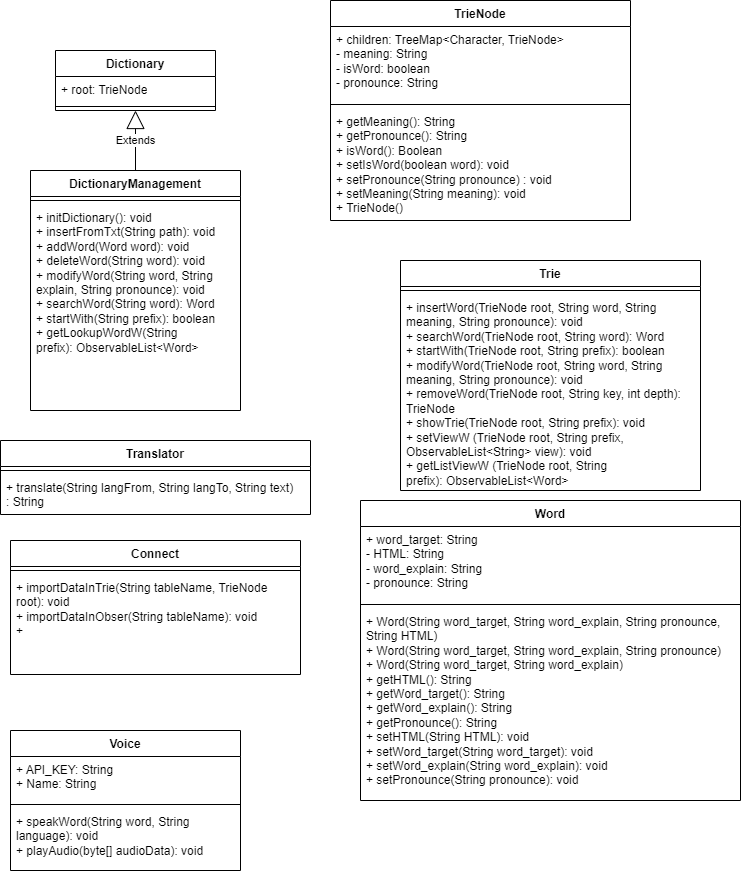
Earlier version of the draw.io export Dictionary.drawio.png (Thangvu21/Project-OOP). Source tidied: cells renumbered, new cells last; positions are measured from the earlier drawing's top-left corner, leaving out a move shared by most shapes.
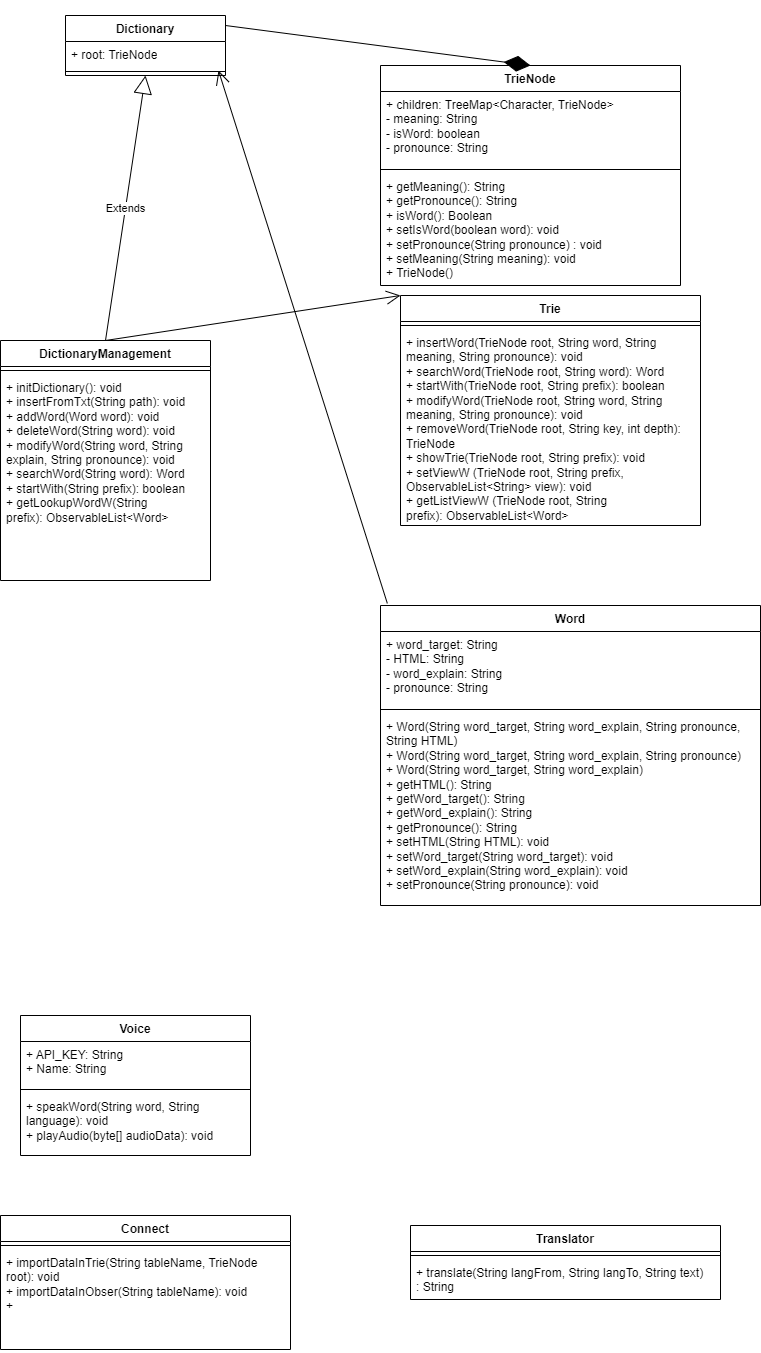
The same file after the commit.

What changed in the source:
```diff
@@ -3,7 +3,7 @@
     <mxCell id="0" />
     <mxCell id="1" parent="0" />
     <mxCell id="2" value="TrieNode" style="swimlane;fontStyle=1;align=center;verticalAlign=top;horizontal=1;startSize=26;whiteSpace=wrap;html=1;" parent="1" vertex="1">
-      <mxGeometry x="330" width="300" height="220" as="geometry" />
+      <mxGeometry x="360" y="60" width="300" height="220" as="geometry" />
     </mxCell>
     <mxCell id="3" value="+ children:&amp;nbsp;TreeMap&amp;lt;Character, TrieNode&amp;gt;&lt;br&gt;- meaning: String&lt;br&gt;- isWord: boolean&lt;br&gt;- pronounce: String" style="text;strokeColor=none;fillColor=none;align=left;verticalAlign=top;spacingLeft=4;spacingRight=4;overflow=hidden;whiteSpace=wrap;html=1;" parent="2" vertex="1">
       <mxGeometry y="26" width="300" height="74" as="geometry" />
@@ -15,7 +15,7 @@
       <mxGeometry y="108" width="300" height="112" as="geometry" />
     </mxCell>
     <mxCell id="6" value="Dictionary" style="swimlane;fontStyle=1;align=center;verticalAlign=top;horizontal=1;startSize=26;whiteSpace=wrap;html=1;" parent="1" vertex="1">
-      <mxGeometry x="55" y="50" width="160" height="60" as="geometry" />
+      <mxGeometry x="45" y="10" width="160" height="60" as="geometry" />
     </mxCell>
     <mxCell id="7" value="+ root: TrieNode" style="text;strokeColor=none;fillColor=none;align=left;verticalAlign=top;spacingLeft=4;spacingRight=4;overflow=hidden;whiteSpace=wrap;html=1;" parent="6" vertex="1">
       <mxGeometry y="26" width="160" height="26" as="geometry" />
@@ -24,7 +24,7 @@
       <mxGeometry y="52" width="160" height="8" as="geometry" />
     </mxCell>
     <mxCell id="9" value="DictionaryManagement" style="swimlane;fontStyle=1;align=center;verticalAlign=top;horizontal=1;startSize=26;whiteSpace=wrap;html=1;" parent="1" vertex="1">
-      <mxGeometry x="30" y="170" width="210" height="240" as="geometry" />
+      <mxGeometry x="-20" y="335" width="210" height="240" as="geometry" />
     </mxCell>
     <mxCell id="10" style="line;strokeWidth=1;fillColor=none;align=left;verticalAlign=middle;spacingTop=-1;spacingLeft=3;spacingRight=3;labelPosition=right;strokeColor=inherit;" parent="9" vertex="1">
       <mxGeometry y="26" width="210" height="8" as="geometry" />
@@ -36,7 +36,7 @@
       <mxGeometry relative="1" as="geometry" />
     </mxCell>
     <mxCell id="13" value="Word" style="swimlane;fontStyle=1;align=center;verticalAlign=top;horizontal=1;startSize=26;whiteSpace=wrap;html=1;" parent="1" vertex="1">
-      <mxGeometry x="360" y="500" width="380" height="300" as="geometry" />
+      <mxGeometry x="360" y="600" width="380" height="300" as="geometry" />
     </mxCell>
     <mxCell id="14" value="+ word_target: String&lt;br&gt;- HTML: String&lt;br&gt;- word_explain: String&lt;br&gt;-&amp;nbsp;pronounce: String" style="text;strokeColor=none;fillColor=none;align=left;verticalAlign=top;spacingLeft=4;spacingRight=4;overflow=hidden;whiteSpace=wrap;html=1;" parent="13" vertex="1">
       <mxGeometry y="26" width="380" height="74" as="geometry" />
@@ -48,7 +48,7 @@
       <mxGeometry y="108" width="380" height="192" as="geometry" />
     </mxCell>
     <mxCell id="17" value="Connect" style="swimlane;fontStyle=1;align=center;verticalAlign=top;horizontal=1;startSize=26;whiteSpace=wrap;html=1;" parent="1" vertex="1">
-      <mxGeometry x="10" y="540" width="290" height="134" as="geometry" />
+      <mxGeometry x="-20" y="1210" width="290" height="134" as="geometry" />
     </mxCell>
     <mxCell id="18" style="line;strokeWidth=1;fillColor=none;align=left;verticalAlign=middle;spacingTop=-1;spacingLeft=3;spacingRight=3;labelPosition=right;strokeColor=inherit;" parent="17" vertex="1">
       <mxGeometry y="26" width="290" height="8" as="geometry" />
@@ -57,7 +57,7 @@
       <mxGeometry y="34" width="290" height="100" as="geometry" />
     </mxCell>
     <mxCell id="20" value="Translator" style="swimlane;fontStyle=1;align=center;verticalAlign=top;horizontal=1;startSize=26;whiteSpace=wrap;html=1;" parent="1" vertex="1">
-      <mxGeometry y="440" width="310" height="74" as="geometry" />
+      <mxGeometry x="390" y="1220" width="310" height="74" as="geometry" />
     </mxCell>
     <mxCell id="21" style="line;strokeWidth=1;fillColor=none;align=left;verticalAlign=middle;spacingTop=-1;spacingLeft=3;spacingRight=3;labelPosition=right;strokeColor=inherit;" parent="20" vertex="1">
       <mxGeometry y="26" width="310" height="8" as="geometry" />
@@ -66,7 +66,7 @@
       <mxGeometry y="34" width="310" height="40" as="geometry" />
     </mxCell>
     <mxCell id="23" value="Voice" style="swimlane;fontStyle=1;align=center;verticalAlign=top;horizontal=1;startSize=26;whiteSpace=wrap;html=1;" parent="1" vertex="1">
-      <mxGeometry x="10" y="730" width="230" height="140" as="geometry" />
+      <mxGeometry y="1010" width="230" height="140" as="geometry" />
     </mxCell>
     <mxCell id="24" value="+&amp;nbsp;API_KEY: String&lt;br&gt;+ Name: String" style="text;strokeColor=none;fillColor=none;align=left;verticalAlign=top;spacingLeft=4;spacingRight=4;overflow=hidden;whiteSpace=wrap;html=1;" parent="23" vertex="1">
       <mxGeometry y="26" width="230" height="44" as="geometry" />
@@ -78,7 +78,7 @@
       <mxGeometry y="78" width="230" height="62" as="geometry" />
     </mxCell>
     <mxCell id="27" value="Trie" style="swimlane;fontStyle=1;align=center;verticalAlign=top;horizontal=1;startSize=26;whiteSpace=wrap;html=1;" parent="1" vertex="1">
-      <mxGeometry x="400" y="260" width="300" height="230" as="geometry" />
+      <mxGeometry x="380" y="290" width="300" height="230" as="geometry" />
     </mxCell>
     <mxCell id="28" style="line;strokeWidth=1;fillColor=none;align=left;verticalAlign=middle;spacingTop=-1;spacingLeft=3;spacingRight=3;labelPosition=right;strokeColor=inherit;" parent="27" vertex="1">
       <mxGeometry y="26" width="300" height="8" as="geometry" />
@@ -86,5 +86,16 @@
     <mxCell id="29" value="+ insertWord(TrieNode root, String word, String meaning, String pronounce): void&lt;br&gt;+&amp;nbsp;searchWord(TrieNode root, String word): Word&lt;br&gt;+&amp;nbsp;startWith(TrieNode root, String prefix): boolean&lt;br&gt;+&amp;nbsp;modifyWord(TrieNode root, String word, String meaning, String pronounce): void&lt;br&gt;+&amp;nbsp;removeWord(TrieNode root, String key, int depth): TrieNode&lt;br&gt;+&amp;nbsp;showTrie(TrieNode root, String prefix): void&lt;br&gt;+&amp;nbsp;setViewW (TrieNode root, String prefix, ObservableList&amp;lt;String&amp;gt; view): void&lt;br&gt;+&amp;nbsp;getListViewW (TrieNode root, String prefix):&amp;nbsp;ObservableList&amp;lt;Word&amp;gt;" style="text;strokeColor=none;fillColor=none;align=left;verticalAlign=top;spacingLeft=4;spacingRight=4;overflow=hidden;whiteSpace=wrap;html=1;" parent="27" vertex="1">
       <mxGeometry y="34" width="300" height="196" as="geometry" />
     </mxCell>
+    <mxCell id="30" style="endArrow=open;endFill=1;endSize=12;html=1;rounded=0;entryX=0;entryY=0;entryDx=0;entryDy=0;exitX=0.5;exitY=0;exitDx=0;exitDy=0;" parent="1" edge="1" source="9" target="27">
+      <mxGeometry relative="1" as="geometry" />
+    </mxCell>
+    <mxCell id="31" style="endArrow=open;endFill=1;endSize=12;html=1;rounded=0;entryX=0.956;entryY=0.375;entryDx=0;entryDy=0;entryPerimeter=0;exitX=0.018;exitY=-0.007;exitDx=0;exitDy=0;exitPerimeter=0;" parent="1" edge="1" source="13" target="8">
+      <mxGeometry relative="1" as="geometry" />
+    </mxCell>
+    <mxCell id="32" style="endArrow=diamondThin;endFill=1;endSize=24;html=1;rounded=0;entryX=0.5;entryY=0;entryDx=0;entryDy=0;exitX=1;exitY=0.5;exitDx=0;exitDy=0;" parent="1" edge="1" target="2">
+      <mxGeometry relative="1" as="geometry">
+        <mxPoint x="205" y="20" as="sourcePoint" />
+      </mxGeometry>
+    </mxCell>
   </root>
 </mxGraphModel>
```
